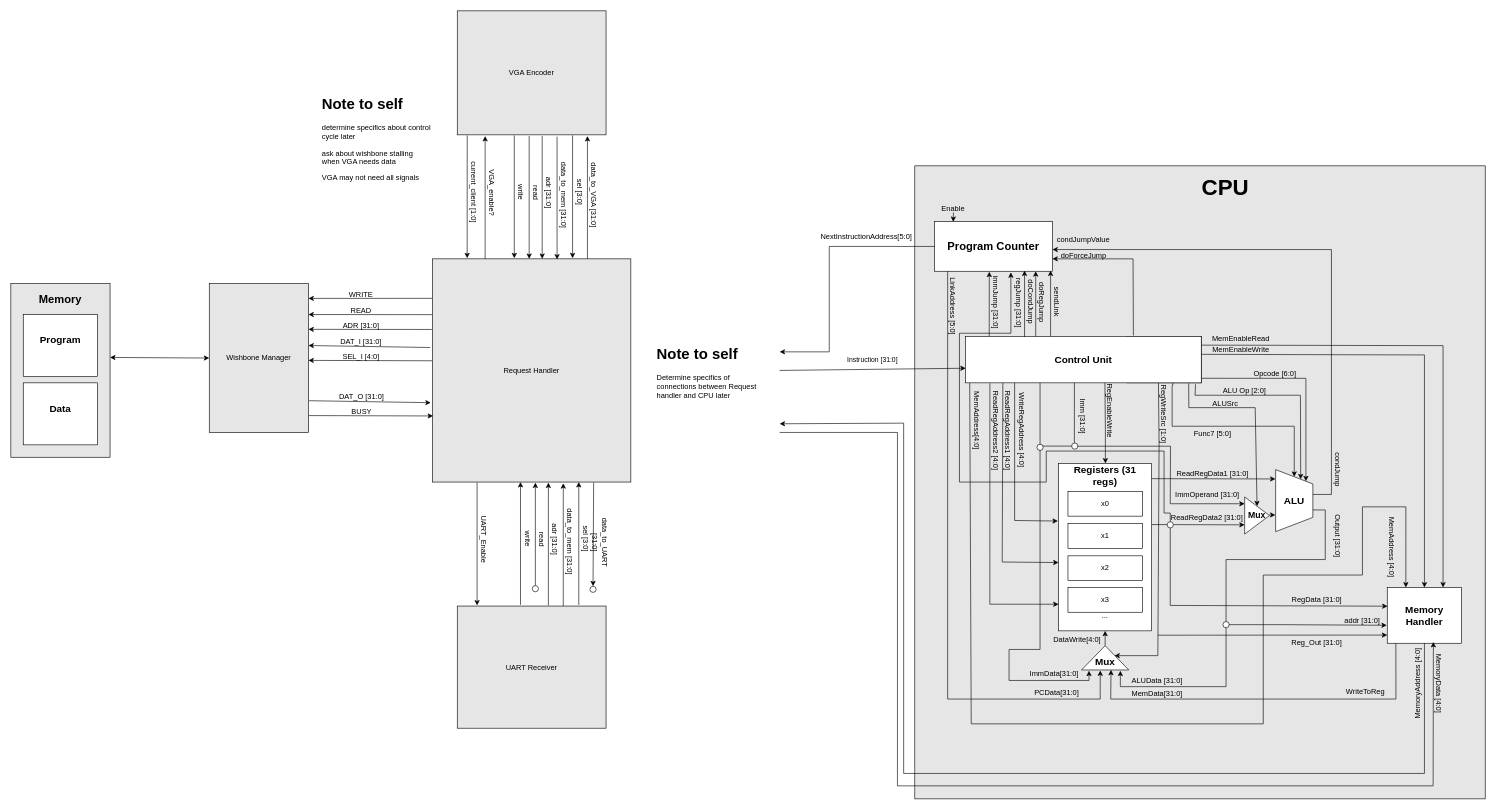
limichael246/STARS_2024 keeps this draw.io diagram as Top_Level_RTL v2.drawio. Above is the earlier version. Source tidied: cells renumbered, new cells numbered last; positions are measured from the earlier drawing's top-left corner, leaving out a move shared by most shapes. Both pictures are drawn from the tidied source at 62%, with x=0, y=0 at pixel (11, 11).
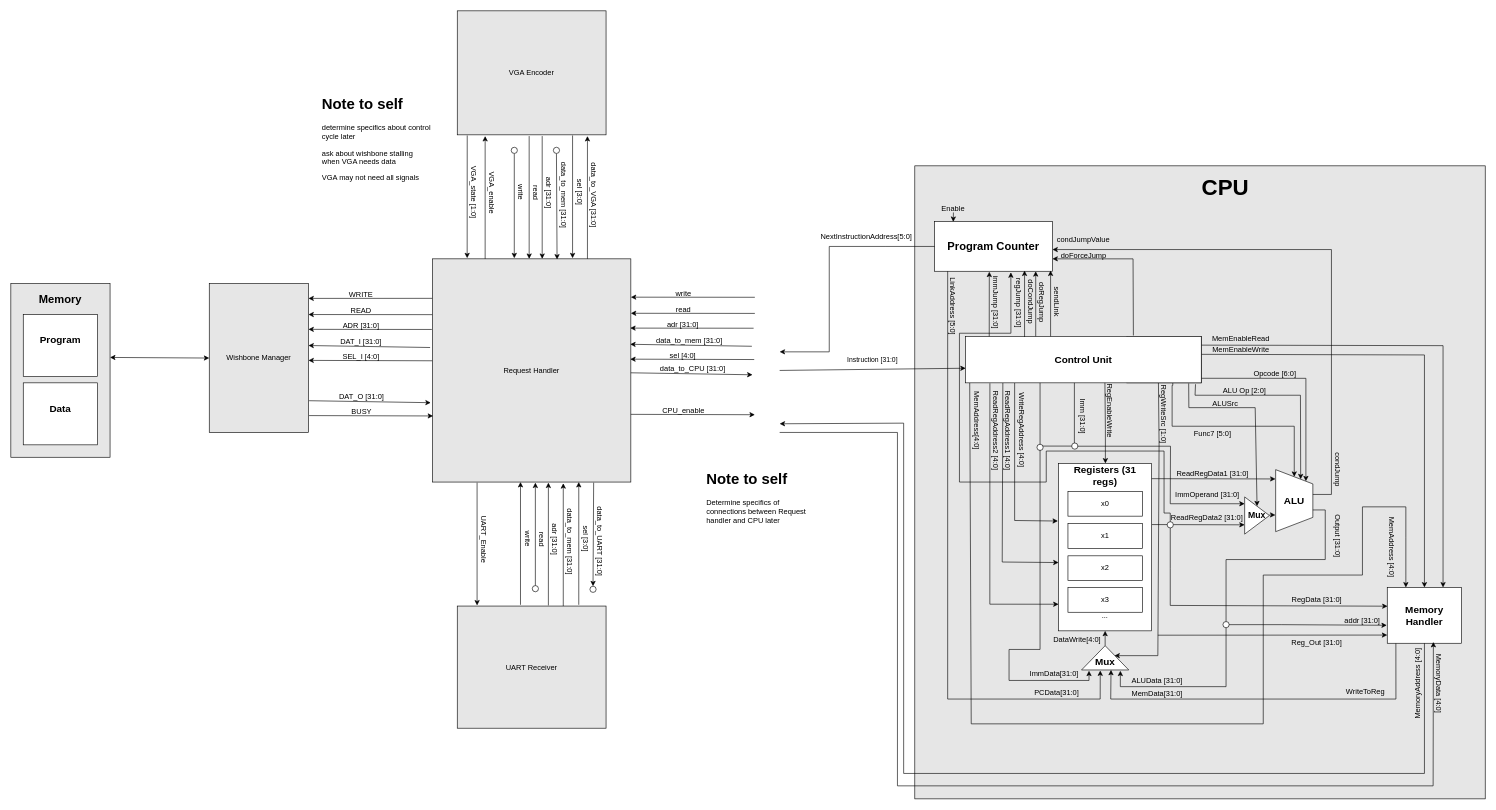
After the change.

Change to the diagram source:
```diff
@@
-    <mxCell id="123" value="current_client [1:0]" style="text;html=1;align=center;verticalAlign=middle;whiteSpace=wrap;rounded=0;rotation=90;" parent="1" vertex="1">
+    <mxCell id="123" value="VGA_state [1:0]" style="text;html=1;align=center;verticalAlign=middle;whiteSpace=wrap;rounded=0;rotation=90;" parent="1" vertex="1">
       <mxGeometry x="695.5" y="277" width="103" height="30" as="geometry" />
     </mxCell>
@@
-    <mxCell id="125" value="VGA_enable?" style="text;html=1;align=center;verticalAlign=middle;whiteSpace=wrap;rounded=0;rotation=90;" parent="1" vertex="1">
+    <mxCell id="125" value="VGA_enable" style="text;html=1;align=center;verticalAlign=middle;whiteSpace=wrap;rounded=0;rotation=90;" parent="1" vertex="1">
       <mxGeometry x="724.5" y="278" width="103" height="30" as="geometry" />
     </mxCell>
-    <mxCell id="126" style="endArrow=classic;html=1;rounded=0;exitX=0.067;exitY=1.005;exitDx=0;exitDy=0;exitPerimeter=0;entryX=0.175;entryY=-0.003;entryDx=0;entryDy=0;entryPerimeter=0;" parent="1" edge="1">
+    <mxCell id="126" style="endArrow=classic;html=1;rounded=0;entryX=0.175;entryY=-0.003;entryDx=0;entryDy=0;entryPerimeter=0;" parent="1" edge="1">
       <mxGeometry relative="1" as="geometry">
-        <mxPoint x="812" y="201" as="sourcePoint" />
+        <mxPoint x="812" y="230" as="sourcePoint" />
         <mxPoint x="812" y="399" as="targetPoint" />
       </mxGeometry>
     </mxCell>
@@
-    <mxCell id="132" style="endArrow=classic;html=1;rounded=0;exitX=0.067;exitY=1.005;exitDx=0;exitDy=0;exitPerimeter=0;entryX=0.175;entryY=-0.003;entryDx=0;entryDy=0;entryPerimeter=0;" parent="1" edge="1">
+    <mxCell id="132" style="endArrow=classic;html=1;rounded=0;entryX=0.175;entryY=-0.003;entryDx=0;entryDy=0;entryPerimeter=0;" parent="1" edge="1">
       <mxGeometry relative="1" as="geometry">
-        <mxPoint x="881" y="203" as="sourcePoint" />
+        <mxPoint x="880" y="230" as="sourcePoint" />
         <mxPoint x="881" y="401" as="targetPoint" />
       </mxGeometry>
     </mxCell>
@@
     <mxCell id="151" value="data_to_UART [31:0]" style="text;html=1;align=center;verticalAlign=middle;whiteSpace=wrap;rounded=0;rotation=90;" parent="1" vertex="1">
-      <mxGeometry x="893.9" y="842.6" width="114.2" height="30" as="geometry" />
+      <mxGeometry x="891.9" y="840.7" width="118.1" height="30" as="geometry" />
     </mxCell>
@@
     <mxCell id="154" value="&lt;h1 style=&quot;margin-top: 0px;&quot;&gt;Note to self&lt;br&gt;&lt;/h1&gt;&lt;p&gt;Determine specifics of connections between Request handler and CPU later&lt;br&gt;&lt;/p&gt;" style="text;html=1;whiteSpace=wrap;overflow=hidden;rounded=0;" parent="1" vertex="1">
-      <mxGeometry x="1040" y="533" width="180" height="120" as="geometry" />
+      <mxGeometry x="1120" y="735" width="180" height="120" as="geometry" />
     </mxCell>
@@
+    <mxCell id="160" style="endArrow=classic;html=1;rounded=0;exitX=-0.003;exitY=0.358;exitDx=0;exitDy=0;exitPerimeter=0;entryX=1.006;entryY=0.139;entryDx=0;entryDy=0;entryPerimeter=0;" parent="1" edge="1">
+      <mxGeometry relative="1" as="geometry">
+        <mxPoint x="1198" y="511.9" as="sourcePoint" />
+        <mxPoint x="999" y="511.7" as="targetPoint" />
+      </mxGeometry>
+    </mxCell>
+    <mxCell id="161" value="adr [31:0]" style="text;html=1;align=center;verticalAlign=middle;whiteSpace=wrap;rounded=0;" parent="1" vertex="1">
+      <mxGeometry x="1039" y="490.5" width="90" height="30" as="geometry" />
+    </mxCell>
+    <mxCell id="162" style="endArrow=classic;html=1;rounded=0;exitX=-0.012;exitY=0.439;exitDx=0;exitDy=0;exitPerimeter=0;entryX=1.006;entryY=0.139;entryDx=0;entryDy=0;entryPerimeter=0;" parent="1" edge="1">
+      <mxGeometry relative="1" as="geometry">
+        <mxPoint x="1195.2" y="541" as="sourcePoint" />
+        <mxPoint x="999" y="537.8" as="targetPoint" />
+      </mxGeometry>
+    </mxCell>
+    <mxCell id="163" value="data_to_mem [31:0]" style="text;html=1;align=center;verticalAlign=middle;whiteSpace=wrap;rounded=0;" parent="1" vertex="1">
+      <mxGeometry x="1039" y="516.5" width="111" height="30" as="geometry" />
+    </mxCell>
+    <mxCell id="164" style="endArrow=classic;html=1;rounded=0;entryX=1.006;entryY=0.139;entryDx=0;entryDy=0;entryPerimeter=0;" parent="1" edge="1">
+      <mxGeometry relative="1" as="geometry">
+        <mxPoint x="1199" y="562.4" as="sourcePoint" />
+        <mxPoint x="999" y="561.8" as="targetPoint" />
+      </mxGeometry>
+    </mxCell>
+    <mxCell id="165" value="sel [4:0]" style="text;html=1;align=center;verticalAlign=middle;whiteSpace=wrap;rounded=0;" parent="1" vertex="1">
+      <mxGeometry x="1039" y="540.5" width="90" height="30" as="geometry" />
+    </mxCell>
+    <mxCell id="166" style="endArrow=classic;html=1;rounded=0;exitX=0;exitY=0.177;exitDx=0;exitDy=0;exitPerimeter=0;entryX=1.006;entryY=0.139;entryDx=0;entryDy=0;entryPerimeter=0;" parent="1" edge="1">
+      <mxGeometry relative="1" as="geometry">
+        <mxPoint x="1200" y="462" as="sourcePoint" />
+        <mxPoint x="1000" y="461.8" as="targetPoint" />
+      </mxGeometry>
+    </mxCell>
+    <mxCell id="167" value="write" style="text;html=1;align=center;verticalAlign=middle;whiteSpace=wrap;rounded=0;" parent="1" vertex="1">
+      <mxGeometry x="1040" y="440.5" width="90" height="30" as="geometry" />
+    </mxCell>
+    <mxCell id="168" style="endArrow=classic;html=1;rounded=0;exitX=0;exitY=0.25;exitDx=0;exitDy=0;entryX=1.006;entryY=0.139;entryDx=0;entryDy=0;entryPerimeter=0;" parent="1" edge="1">
+      <mxGeometry relative="1" as="geometry">
+        <mxPoint x="1200" y="488" as="sourcePoint" />
+        <mxPoint x="1000" y="487.8" as="targetPoint" />
+      </mxGeometry>
+    </mxCell>
+    <mxCell id="169" value="read" style="text;html=1;align=center;verticalAlign=middle;whiteSpace=wrap;rounded=0;" parent="1" vertex="1">
+      <mxGeometry x="1040" y="466.5" width="90" height="30" as="geometry" />
+    </mxCell>
+    <mxCell id="170" style="endArrow=classic;html=1;rounded=0;exitX=-0.012;exitY=0.439;exitDx=0;exitDy=0;exitPerimeter=0;entryX=1.006;entryY=0.139;entryDx=0;entryDy=0;entryPerimeter=0;" parent="1" edge="1">
+      <mxGeometry relative="1" as="geometry">
+        <mxPoint x="1000" y="583.8" as="sourcePoint" />
+        <mxPoint x="1196.2" y="587" as="targetPoint" />
+      </mxGeometry>
+    </mxCell>
+    <mxCell id="171" value="data_to_CPU [31:0]" style="text;html=1;align=center;verticalAlign=middle;whiteSpace=wrap;rounded=0;" parent="1" vertex="1">
+      <mxGeometry x="1040" y="562.5" width="120" height="30" as="geometry" />
+    </mxCell>
+    <mxCell id="172" style="endArrow=classic;html=1;rounded=0;entryX=1.006;entryY=0.139;entryDx=0;entryDy=0;entryPerimeter=0;" parent="1" edge="1">
+      <mxGeometry relative="1" as="geometry">
+        <mxPoint x="1000" y="650.8" as="sourcePoint" />
+        <mxPoint x="1200" y="651.4" as="targetPoint" />
+      </mxGeometry>
+    </mxCell>
+    <mxCell id="173" value="CPU_enable" style="text;html=1;align=center;verticalAlign=middle;whiteSpace=wrap;rounded=0;" parent="1" vertex="1">
+      <mxGeometry x="1040" y="629.5" width="90" height="30" as="geometry" />
+    </mxCell>
+    <mxCell id="174" style="ellipse;whiteSpace=wrap;html=1;" parent="1" vertex="1">
+      <mxGeometry x="807" y="220" width="10" height="10" as="geometry" />
+    </mxCell>
+    <mxCell id="175" style="ellipse;whiteSpace=wrap;html=1;" parent="1" vertex="1">
+      <mxGeometry x="875" y="220" width="10" height="10" as="geometry" />
+    </mxCell>
```
